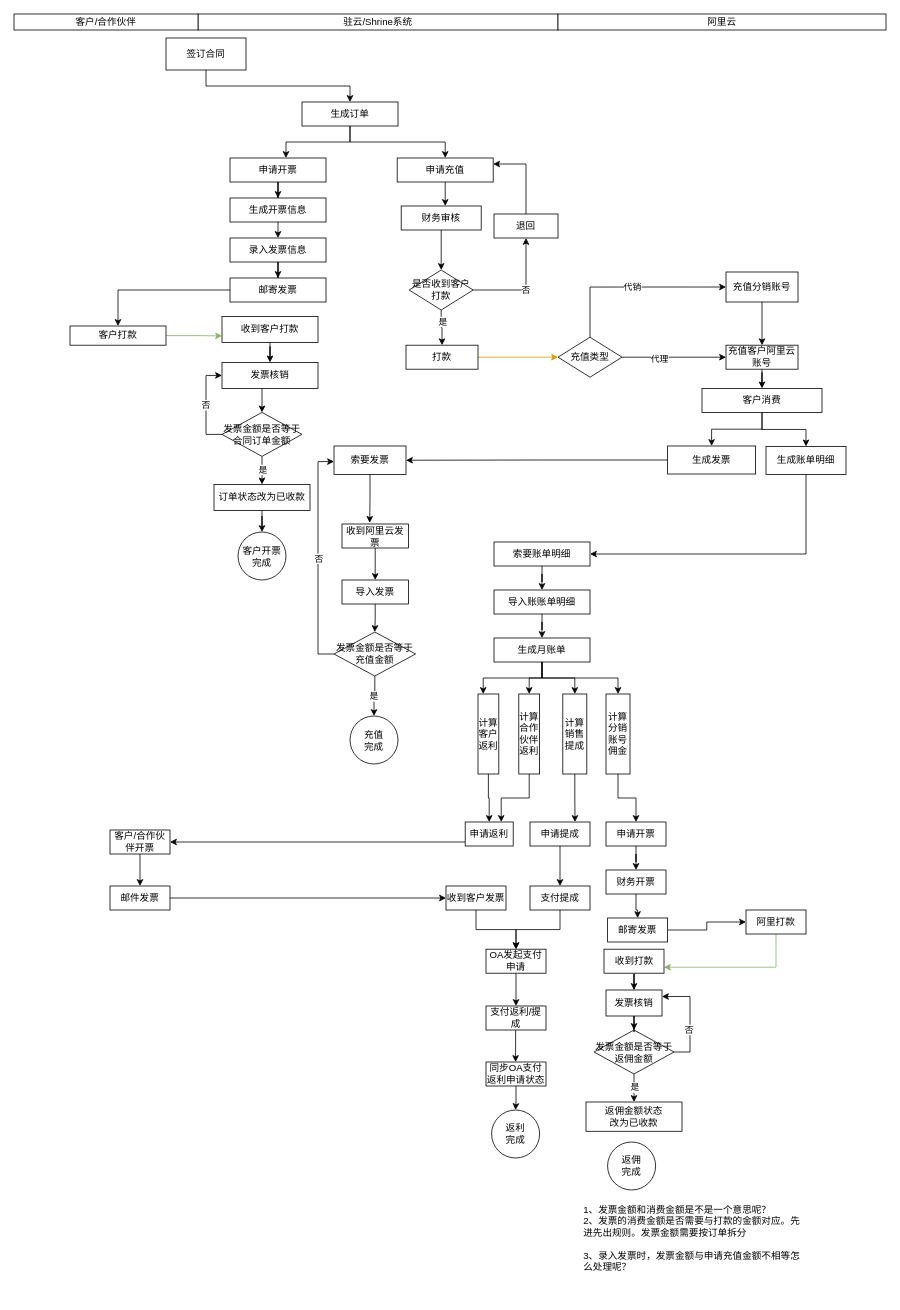
Above: shrine-doc/云资源业务流程.drawio in easefulfil/CLOUDCARE (draw.io), before the change. Source tidied: cells renumbered, new cells numbered last; positions are measured from the earlier drawing's top-left corner, leaving out a move shared by most shapes. Both pictures are drawn from the tidied source at 80%, with x=0, y=0 at pixel (14, 14).
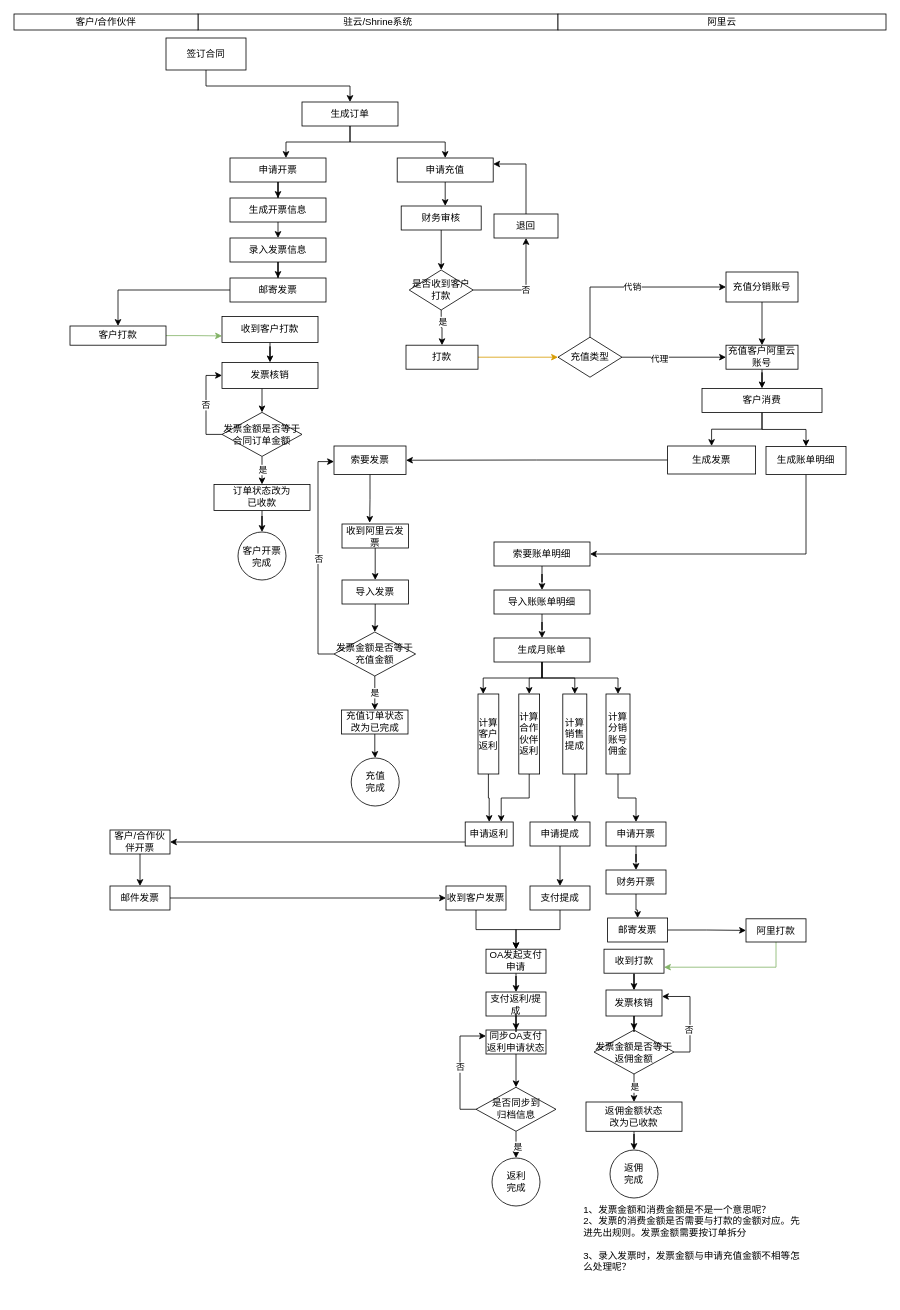
The same diagram, later.

Commit message (it also covers changes not shown here):
Update 云资源业务流程.drawio

The change refers to these unchanged cells:
```xml
<mxCell id="28" value="发票金额是否等于充值金额" style="rhombus;whiteSpace=wrap;html=1;" parent="1" vertex="1">
  <mxGeometry x="400" y="772.5" width="102" height="55" as="geometry" />
</mxCell>
<mxCell id="122" value="返佣金额状态&lt;br&gt;改为已收款" style="rounded=0;whiteSpace=wrap;html=1;" parent="1" vertex="1">
  <mxGeometry x="715" y="1360" width="120" height="36.6" as="geometry" />
</mxCell>
```

Change to the diagram source:
```diff
@@
-    <mxCell id="25" value="是" style="edgeStyle=orthogonalEdgeStyle;rounded=0;jettySize=auto;html=1;" parent="1" edge="1" source="28" target="29">
+    <mxCell id="25" value="是" style="edgeStyle=orthogonalEdgeStyle;rounded=0;jettySize=auto;html=1;entryX=0.5;entryY=0;entryDx=0;entryDy=0;" parent="1" edge="1" source="28" target="127">
       <mxGeometry relative="1" as="geometry" />
     </mxCell>
@@
     <mxCell id="29" value="充值&lt;br&gt;完成" style="ellipse;whiteSpace=wrap;html=1;" parent="1" vertex="1">
-      <mxGeometry x="420" y="877.5" width="60" height="60" as="geometry" />
+      <mxGeometry x="421.5" y="930" width="60" height="60" as="geometry" />
     </mxCell>
@@
     <mxCell id="71" value="阿里打款" style="rounded=0;whiteSpace=wrap;html=1;" parent="1" vertex="1">
-      <mxGeometry x="915" y="1120" width="75" height="30" as="geometry" />
+      <mxGeometry x="915" y="1131" width="75" height="29" as="geometry" />
     </mxCell>
@@
-    <mxCell id="78" style="edgeStyle=orthogonalEdgeStyle;rounded=0;jettySize=auto;html=1;" parent="1" edge="1" source="79" target="104">
-      <mxGeometry relative="1" as="geometry" />
-    </mxCell>
-    <mxCell id="79" value="同步OA支付返利申请状态" style="rounded=0;whiteSpace=wrap;html=1;" parent="1" vertex="1">
-      <mxGeometry x="590" y="1310" width="75" height="30" as="geometry" />
-    </mxCell>
     <mxCell id="80" value="返佣&lt;br&gt;完成" style="ellipse;whiteSpace=wrap;html=1;" parent="1" vertex="1">
-      <mxGeometry x="742" y="1410" width="60" height="60" as="geometry" />
+      <mxGeometry x="745" y="1420" width="60" height="60" as="geometry" />
     </mxCell>
@@
-    <mxCell id="102" style="edgeStyle=orthogonalEdgeStyle;rounded=0;jettySize=auto;html=1;" parent="1" edge="1" source="103">
-      <mxGeometry relative="1" as="geometry">
-        <mxPoint x="627" y="1310" as="targetPoint" />
-      </mxGeometry>
-    </mxCell>
     <mxCell id="103" value="支付返利/提成" style="rounded=0;whiteSpace=wrap;html=1;" parent="1" vertex="1">
-      <mxGeometry x="590" y="1240" width="75" height="30" as="geometry" />
+      <mxGeometry x="590" y="1222.5" width="75" height="30" as="geometry" />
     </mxCell>
     <mxCell id="104" value="返利&lt;br&gt;完成" style="ellipse;whiteSpace=wrap;html=1;" parent="1" vertex="1">
-      <mxGeometry x="597" y="1370" width="60" height="60" as="geometry" />
+      <mxGeometry x="597.5" y="1430" width="60" height="60" as="geometry" />
     </mxCell>
@@
-    <mxCell id="116" value="订单状态改为已收款" style="rounded=0;whiteSpace=wrap;html=1;" parent="1" vertex="1">
+    <mxCell id="116" value="订单状态改为&lt;br&gt;已收款" style="rounded=0;whiteSpace=wrap;html=1;" parent="1" vertex="1">
       <mxGeometry x="250" y="588" width="120" height="32.5" as="geometry" />
     </mxCell>
@@
+    <mxCell id="125" style="edgeStyle=orthogonalEdgeStyle;rounded=0;jettySize=auto;html=1;entryX=0.5;entryY=0;entryDx=0;entryDy=0;" parent="1" edge="1" source="122" target="80">
+      <mxGeometry relative="1" as="geometry" />
+    </mxCell>
@@
+    <mxCell id="126" style="edgeStyle=orthogonalEdgeStyle;rounded=0;jettySize=auto;html=1;" parent="1" edge="1" source="127" target="29">
+      <mxGeometry relative="1" as="geometry" />
+    </mxCell>
+    <mxCell id="127" value="充值订单状态改为已完成" style="rounded=0;whiteSpace=wrap;html=1;" parent="1" vertex="1">
+      <mxGeometry x="409.5" y="870" width="83" height="30" as="geometry" />
+    </mxCell>
+    <mxCell id="128" style="edgeStyle=orthogonalEdgeStyle;rounded=0;jettySize=auto;html=1;" parent="1" edge="1" source="131" target="104">
+      <mxGeometry relative="1" as="geometry" />
+    </mxCell>
+    <mxCell id="129" value="是" style="edgeLabel;html=1;align=center;verticalAlign=middle;" parent="128" vertex="1">
+      <mxGeometry x="0.36" y="2" relative="1" as="geometry" />
+    </mxCell>
+    <mxCell id="130" value="否" style="edgeStyle=orthogonalEdgeStyle;rounded=0;jettySize=auto;html=1;entryX=0;entryY=0.25;entryDx=0;entryDy=0;exitX=0;exitY=0.5;exitDx=0;exitDy=0;" parent="1" edge="1" source="131" target="79">
+      <mxGeometry relative="1" as="geometry" />
+    </mxCell>
+    <mxCell id="131" value="是否同步到&lt;br&gt;归档信息" style="rhombus;whiteSpace=wrap;html=1;" parent="1" vertex="1">
+      <mxGeometry x="577.5" y="1341.6" width="100" height="55" as="geometry" />
+    </mxCell>
+    <mxCell id="132" style="edgeStyle=orthogonalEdgeStyle;rounded=0;jettySize=auto;html=1;" parent="1" edge="1" source="79" target="131">
+      <mxGeometry relative="1" as="geometry" />
+    </mxCell>
+    <mxCell id="79" value="同步OA支付返利申请状态" style="rounded=0;whiteSpace=wrap;html=1;" parent="1" vertex="1">
+      <mxGeometry x="590" y="1270" width="75" height="30" as="geometry" />
+    </mxCell>
+    <mxCell id="133" style="edgeStyle=orthogonalEdgeStyle;rounded=0;jettySize=auto;html=1;" parent="1" edge="1" source="103" target="79">
+      <mxGeometry relative="1" as="geometry" />
+    </mxCell>
```
